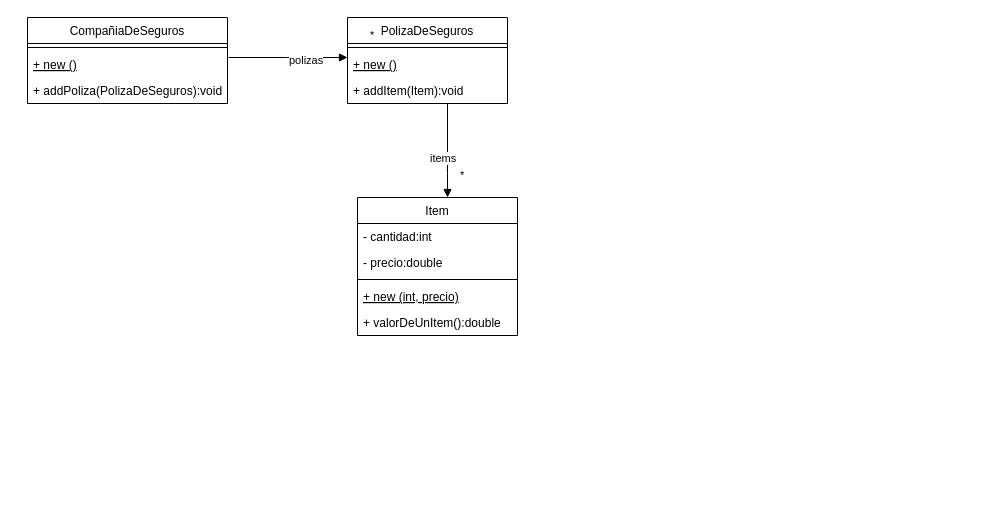
This is unq-po2-1erParcial-2022-CompañiaDeSeguros.drawio from nhubczyk/Diagramas-UML, a draw.io file, before an edit. Source tidied: cells renumbered, new cells numbered last; positions are measured from the earlier drawing's top-left corner, leaving out a move shared by most shapes. Both pictures are drawn from the tidied source at 100%, with x=0, y=0 at pixel (27, 17).
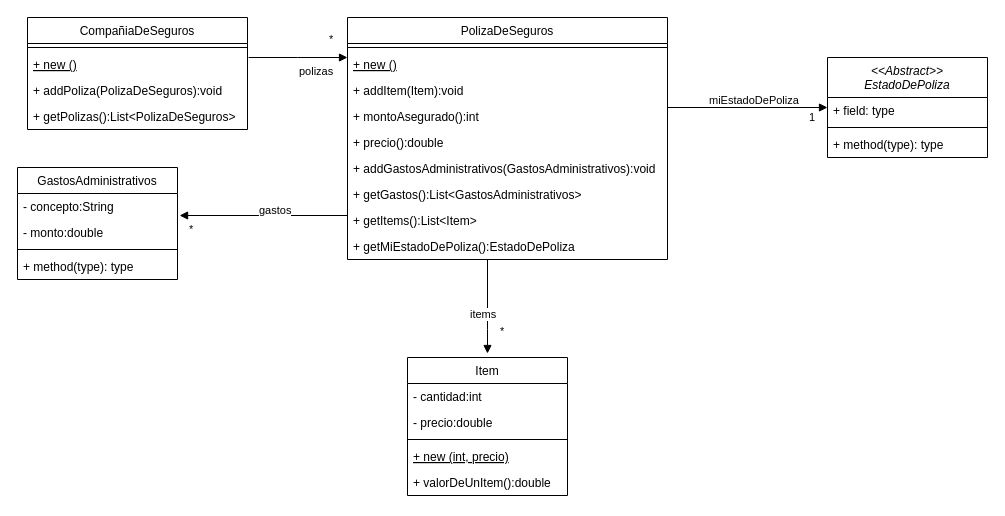
Above is the later version.

Change to the diagram source:
```diff
@@
     <mxCell id="2" value="Item" style="swimlane;fontStyle=0;align=center;verticalAlign=top;horizontal=1;startSize=26;" parent="1" vertex="1">
-      <mxGeometry x="330" y="180" width="160" height="138" as="geometry" />
+      <mxGeometry x="380" y="340" width="160" height="138" as="geometry" />
     </mxCell>
@@
     <mxCell id="8" value="PolizaDeSeguros" style="swimlane;fontStyle=0;align=center;verticalAlign=top;horizontal=1;startSize=26;" parent="1" vertex="1">
-      <mxGeometry x="320" width="160" height="86" as="geometry" />
+      <mxGeometry x="320" width="320" height="242" as="geometry" />
     </mxCell>
     <mxCell id="9" style="line;strokeWidth=1;fillColor=none;align=left;verticalAlign=middle;spacingTop=-1;spacingLeft=3;spacingRight=3;labelPosition=right;strokeColor=inherit;" parent="8" vertex="1">
-      <mxGeometry y="26" width="160" height="8" as="geometry" />
+      <mxGeometry y="26" width="320" height="8" as="geometry" />
     </mxCell>
     <mxCell id="10" value="+ new ()" style="text;strokeColor=none;fillColor=none;align=left;verticalAlign=top;spacingLeft=4;spacingRight=4;overflow=hidden;fontStyle=4;" parent="8" vertex="1">
-      <mxGeometry y="34" width="160" height="26" as="geometry" />
+      <mxGeometry y="34" width="320" height="26" as="geometry" />
     </mxCell>
     <mxCell id="11" value="+ addItem(Item):void" style="text;strokeColor=none;fillColor=none;align=left;verticalAlign=top;spacingLeft=4;spacingRight=4;overflow=hidden;fontStyle=0;" parent="8" vertex="1">
-      <mxGeometry y="60" width="160" height="26" as="geometry" />
+      <mxGeometry y="60" width="320" height="26" as="geometry" />
     </mxCell>
+    <mxCell id="20" value="+ montoAsegurado():int" style="text;strokeColor=none;fillColor=none;align=left;verticalAlign=top;spacingLeft=4;spacingRight=4;overflow=hidden;fontStyle=0;" parent="8" vertex="1">
+      <mxGeometry y="86" width="320" height="26" as="geometry" />
+    </mxCell>
+    <mxCell id="21" value="+ precio():double" style="text;strokeColor=none;fillColor=none;align=left;verticalAlign=top;spacingLeft=4;spacingRight=4;overflow=hidden;fontStyle=0;" parent="8" vertex="1">
+      <mxGeometry y="112" width="320" height="26" as="geometry" />
+    </mxCell>
+    <mxCell id="22" value="+ addGastosAdministrativos(GastosAdministrativos):void" style="text;strokeColor=none;fillColor=none;align=left;verticalAlign=top;spacingLeft=4;spacingRight=4;overflow=hidden;fontStyle=0;" parent="8" vertex="1">
+      <mxGeometry y="138" width="320" height="26" as="geometry" />
+    </mxCell>
+    <mxCell id="23" value="+ getGastos():List&lt;GastosAdministrativos&gt;" style="text;strokeColor=none;fillColor=none;align=left;verticalAlign=top;spacingLeft=4;spacingRight=4;overflow=hidden;fontStyle=0;" parent="8" vertex="1">
+      <mxGeometry y="164" width="320" height="26" as="geometry" />
+    </mxCell>
+    <mxCell id="24" value="+ getItems():List&lt;Item&gt;" style="text;strokeColor=none;fillColor=none;align=left;verticalAlign=top;spacingLeft=4;spacingRight=4;overflow=hidden;points=[[0,0.5],[1,0.5]];portConstraint=eastwest;fontStyle=0;" parent="8" vertex="1">
+      <mxGeometry y="190" width="320" height="26" as="geometry" />
+    </mxCell>
+    <mxCell id="25" value="+ getMiEstadoDePoliza():EstadoDePoliza" style="text;strokeColor=none;fillColor=none;align=left;verticalAlign=top;spacingLeft=4;spacingRight=4;overflow=hidden;fontStyle=0;" parent="8" vertex="1">
+      <mxGeometry y="216" width="320" height="26" as="geometry" />
+    </mxCell>
     <mxCell id="12" value="CompañiaDeSeguros" style="swimlane;fontStyle=0;align=center;verticalAlign=top;horizontal=1;startSize=26;" parent="1" vertex="1">
-      <mxGeometry width="200" height="86" as="geometry" />
+      <mxGeometry width="220" height="112" as="geometry" />
     </mxCell>
     <mxCell id="13" style="line;strokeWidth=1;fillColor=none;align=left;verticalAlign=middle;spacingTop=-1;spacingLeft=3;spacingRight=3;labelPosition=right;strokeColor=inherit;" parent="12" vertex="1">
-      <mxGeometry y="26" width="200" height="8" as="geometry" />
+      <mxGeometry y="26" width="220" height="8" as="geometry" />
     </mxCell>
     <mxCell id="14" value="+ new ()" style="text;strokeColor=none;fillColor=none;align=left;verticalAlign=top;spacingLeft=4;spacingRight=4;overflow=hidden;points=[[0,0.5],[1,0.5]];portConstraint=eastwest;fontStyle=4;" parent="12" vertex="1">
-      <mxGeometry y="34" width="200" height="26" as="geometry" />
+      <mxGeometry y="34" width="220" height="26" as="geometry" />
     </mxCell>
     <mxCell id="15" value="+ addPoliza(PolizaDeSeguros):void" style="text;strokeColor=none;fillColor=none;align=left;verticalAlign=top;spacingLeft=4;spacingRight=4;overflow=hidden;fontStyle=0;" parent="12" vertex="1">
-      <mxGeometry y="60" width="200" height="26" as="geometry" />
+      <mxGeometry y="60" width="220" height="26" as="geometry" />
     </mxCell>
+    <mxCell id="26" value="+ getPolizas():List&lt;PolizaDeSeguros&gt;" style="text;strokeColor=none;fillColor=none;align=left;verticalAlign=top;spacingLeft=4;spacingRight=4;overflow=hidden;fontStyle=0;" parent="12" vertex="1">
+      <mxGeometry y="86" width="220" height="26" as="geometry" />
+    </mxCell>
     <mxCell id="16" value="polizas" style="endArrow=block;endFill=1;html=1;edgeStyle=orthogonalEdgeStyle;align=left;verticalAlign=top;rounded=0;exitX=1.005;exitY=0.231;exitDx=0;exitDy=0;exitPerimeter=0;" parent="1" edge="1" source="14">
-      <mxGeometry y="10" relative="1" as="geometry">
+      <mxGeometry x="-0.01" relative="1" as="geometry">
         <mxPoint x="320" y="40" as="targetPoint" />
       </mxGeometry>
     </mxCell>
     <mxCell id="17" value="*" style="edgeLabel;html=1;align=left;verticalAlign=bottom;" parent="16" vertex="1">
       <mxGeometry x="-1" relative="1" as="geometry">
-        <mxPoint x="140" y="-14" as="offset" />
+        <mxPoint x="79" y="-10" as="offset" />
       </mxGeometry>
     </mxCell>
     <mxCell id="18" value="items" style="endArrow=block;endFill=1;html=1;edgeStyle=orthogonalEdgeStyle;align=left;verticalAlign=top;rounded=0;" parent="1" edge="1">
       <mxGeometry x="-0.11" y="-19" relative="1" as="geometry">
-        <mxPoint x="420" y="86" as="sourcePoint" />
-        <mxPoint x="420" y="180" as="targetPoint" />
+        <mxPoint x="460" y="242" as="sourcePoint" />
+        <mxPoint x="460" y="336" as="targetPoint" />
         <Array as="points">
-          <mxPoint x="420.5" y="156" />
-          <mxPoint x="420.5" y="156" />
+          <mxPoint x="460.5" y="312" />
+          <mxPoint x="460.5" y="312" />
         </Array>
       </mxGeometry>
     </mxCell>
@@
+    <mxCell id="27" value="GastosAdministrativos" style="swimlane;fontStyle=0;align=center;verticalAlign=top;horizontal=1;startSize=26;" parent="1" vertex="1">
+      <mxGeometry x="-10" y="150" width="160" height="112" as="geometry" />
+    </mxCell>
+    <mxCell id="28" value="- concepto:String" style="text;strokeColor=none;fillColor=none;align=left;verticalAlign=top;spacingLeft=4;spacingRight=4;overflow=hidden;" parent="27" vertex="1">
+      <mxGeometry y="26" width="160" height="26" as="geometry" />
+    </mxCell>
+    <mxCell id="29" value="- monto:double" style="text;strokeColor=none;fillColor=none;align=left;verticalAlign=top;spacingLeft=4;spacingRight=4;overflow=hidden;points=[[0,0.5],[1,0.5]];portConstraint=eastwest;" parent="27" vertex="1">
+      <mxGeometry y="52" width="160" height="26" as="geometry" />
+    </mxCell>
+    <mxCell id="30" style="line;strokeWidth=1;fillColor=none;align=left;verticalAlign=middle;spacingTop=-1;spacingLeft=3;spacingRight=3;labelPosition=right;strokeColor=inherit;" parent="27" vertex="1">
+      <mxGeometry y="78" width="160" height="8" as="geometry" />
+    </mxCell>
+    <mxCell id="31" value="+ method(type): type" style="text;strokeColor=none;fillColor=none;align=left;verticalAlign=top;spacingLeft=4;spacingRight=4;overflow=hidden;" parent="27" vertex="1">
+      <mxGeometry y="86" width="160" height="26" as="geometry" />
+    </mxCell>
+    <mxCell id="32" value="gastos" style="endArrow=block;endFill=1;html=1;edgeStyle=orthogonalEdgeStyle;align=left;verticalAlign=top;rounded=0;entryX=1.013;entryY=-0.154;entryDx=0;entryDy=0;entryPerimeter=0;exitX=0;exitY=0.5;exitDx=0;exitDy=0;" parent="1" edge="1" source="24" target="29">
+      <mxGeometry x="0.1" y="-18" relative="1" as="geometry">
+        <Array as="points">
+          <mxPoint x="320" y="198" />
+        </Array>
+      </mxGeometry>
+    </mxCell>
+    <mxCell id="33" value="*" style="edgeLabel;html=1;align=left;verticalAlign=bottom;" parent="32" vertex="1">
+      <mxGeometry x="-1" relative="1" as="geometry">
+        <mxPoint x="-160" y="17" as="offset" />
+      </mxGeometry>
+    </mxCell>
+    <mxCell id="34" value="&lt;&lt;Abstract&gt;&gt;&#10;EstadoDePoliza" style="swimlane;fontStyle=2;align=center;verticalAlign=top;horizontal=1;startSize=40;" parent="1" vertex="1">
+      <mxGeometry x="800" y="40" width="160" height="100" as="geometry" />
+    </mxCell>
+    <mxCell id="35" value="+ field: type" style="text;strokeColor=none;fillColor=none;align=left;verticalAlign=top;spacingLeft=4;spacingRight=4;overflow=hidden;" parent="34" vertex="1">
+      <mxGeometry y="40" width="160" height="26" as="geometry" />
+    </mxCell>
+    <mxCell id="36" style="line;strokeWidth=1;fillColor=none;align=left;verticalAlign=middle;spacingTop=-1;spacingLeft=3;spacingRight=3;labelPosition=right;strokeColor=inherit;" parent="34" vertex="1">
+      <mxGeometry y="66" width="160" height="8" as="geometry" />
+    </mxCell>
+    <mxCell id="37" value="+ method(type): type" style="text;strokeColor=none;fillColor=none;align=left;verticalAlign=top;spacingLeft=4;spacingRight=4;overflow=hidden;" parent="34" vertex="1">
+      <mxGeometry y="74" width="160" height="26" as="geometry" />
+    </mxCell>
+    <mxCell id="38" value="miEstadoDePoliza" style="endArrow=block;endFill=1;html=1;edgeStyle=orthogonalEdgeStyle;align=left;verticalAlign=top;rounded=0;" parent="1" edge="1">
+      <mxGeometry x="-0.5" y="20" relative="1" as="geometry">
+        <mxPoint x="640" y="90" as="sourcePoint" />
+        <mxPoint x="800" y="90" as="targetPoint" />
+      </mxGeometry>
+    </mxCell>
+    <mxCell id="39" value="1" style="edgeLabel;html=1;align=left;verticalAlign=bottom;" parent="38" vertex="1">
+      <mxGeometry x="-1" relative="1" as="geometry">
+        <mxPoint x="140" y="18" as="offset" />
+      </mxGeometry>
+    </mxCell>
```
